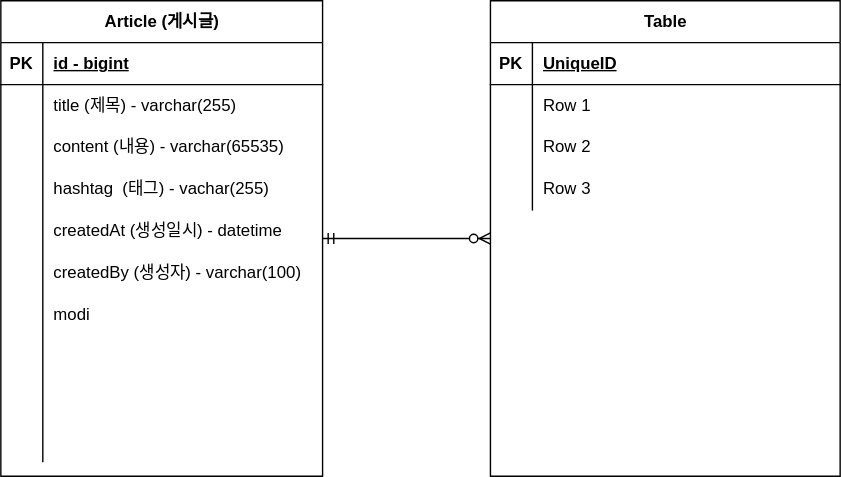
Earlier version of the draw.io export board-project.drawio.svg (JionisGenius/wanted-pre-onboarding-backend). Source tidied: cells renumbered, new cells last; positions are measured from the earlier drawing's top-left corner, leaving out a move shared by most shapes.
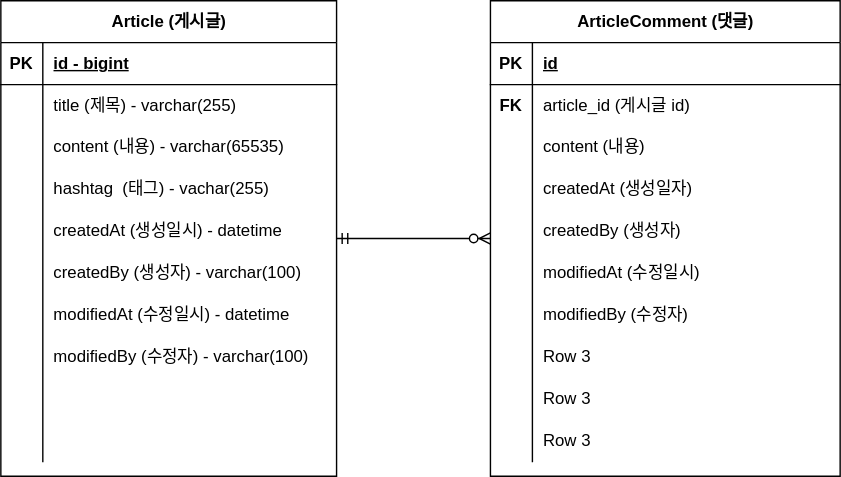
The same diagram one commit later.

Diff of the diagram source:
```diff
@@ -3,99 +3,99 @@
     <mxCell id="0" />
     <mxCell id="1" parent="0" />
     <mxCell id="2" value="Article (게시글)" style="shape=table;startSize=30;rowLines=0;fontStyle=1;align=center;html=1;" parent="1" vertex="1">
-      <mxGeometry width="230" height="340" as="geometry" />
+      <mxGeometry width="240" height="340" as="geometry" />
     </mxCell>
     <mxCell id="3" style="shape=tableRow;horizontal=0;startSize=0;swimlaneHead=0;swimlaneBody=0;fillColor=none;top=0;left=0;right=0;bottom=1;" parent="2" vertex="1">
-      <mxGeometry y="30" width="230" height="30" as="geometry" />
+      <mxGeometry y="30" width="240" height="30" as="geometry" />
     </mxCell>
     <mxCell id="4" value="PK" style="shape=partialRectangle;fillColor=none;top=0;left=0;bottom=0;right=0;fontStyle=1;overflow=hidden;whiteSpace=wrap;html=1;" parent="3" vertex="1">
       <mxGeometry width="30" height="30" as="geometry" />
     </mxCell>
     <mxCell id="5" value="id - bigint" style="shape=partialRectangle;fillColor=none;top=0;left=0;bottom=0;right=0;align=left;spacingLeft=6;fontStyle=5;overflow=hidden;whiteSpace=wrap;html=1;" parent="3" vertex="1">
-      <mxGeometry x="30" width="200" height="30" as="geometry" />
+      <mxGeometry x="30" width="210" height="30" as="geometry" />
     </mxCell>
     <mxCell id="6" style="shape=tableRow;horizontal=0;startSize=0;swimlaneHead=0;swimlaneBody=0;fillColor=none;top=0;left=0;right=0;bottom=0;" parent="2" vertex="1">
-      <mxGeometry y="60" width="230" height="30" as="geometry" />
+      <mxGeometry y="60" width="240" height="30" as="geometry" />
     </mxCell>
     <mxCell id="7" style="shape=partialRectangle;fillColor=none;top=0;left=0;bottom=0;right=0;overflow=hidden;whiteSpace=wrap;html=1;" parent="6" vertex="1">
       <mxGeometry width="30" height="30" as="geometry" />
     </mxCell>
     <mxCell id="8" value="title (제목) - varchar(255)" style="shape=partialRectangle;fillColor=none;top=0;left=0;bottom=0;right=0;align=left;spacingLeft=6;overflow=hidden;whiteSpace=wrap;html=1;" parent="6" vertex="1">
-      <mxGeometry x="30" width="200" height="30" as="geometry" />
+      <mxGeometry x="30" width="210" height="30" as="geometry" />
     </mxCell>
     <mxCell id="9" style="shape=tableRow;horizontal=0;startSize=0;swimlaneHead=0;swimlaneBody=0;fillColor=none;top=0;left=0;right=0;bottom=0;" parent="2" vertex="1">
-      <mxGeometry y="90" width="230" height="30" as="geometry" />
+      <mxGeometry y="90" width="240" height="30" as="geometry" />
     </mxCell>
     <mxCell id="10" style="shape=partialRectangle;fillColor=none;top=0;left=0;bottom=0;right=0;overflow=hidden;whiteSpace=wrap;html=1;" parent="9" vertex="1">
       <mxGeometry width="30" height="30" as="geometry" />
     </mxCell>
     <mxCell id="11" value="content (내용) - varchar(65535)" style="shape=partialRectangle;fillColor=none;top=0;left=0;bottom=0;right=0;align=left;spacingLeft=6;overflow=hidden;whiteSpace=wrap;html=1;" parent="9" vertex="1">
-      <mxGeometry x="30" width="200" height="30" as="geometry" />
+      <mxGeometry x="30" width="210" height="30" as="geometry" />
     </mxCell>
     <mxCell id="12" style="shape=tableRow;horizontal=0;startSize=0;swimlaneHead=0;swimlaneBody=0;fillColor=none;top=0;left=0;right=0;bottom=0;" parent="2" vertex="1">
-      <mxGeometry y="120" width="230" height="30" as="geometry" />
+      <mxGeometry y="120" width="240" height="30" as="geometry" />
     </mxCell>
     <mxCell id="13" style="shape=partialRectangle;fillColor=none;top=0;left=0;bottom=0;right=0;overflow=hidden;whiteSpace=wrap;html=1;" parent="12" vertex="1">
       <mxGeometry width="30" height="30" as="geometry" />
     </mxCell>
     <mxCell id="14" value="hashtag&amp;nbsp; (태그) - vachar(255)" style="shape=partialRectangle;fillColor=none;top=0;left=0;bottom=0;right=0;align=left;spacingLeft=6;overflow=hidden;whiteSpace=wrap;html=1;" parent="12" vertex="1">
-      <mxGeometry x="30" width="200" height="30" as="geometry" />
+      <mxGeometry x="30" width="210" height="30" as="geometry" />
     </mxCell>
     <mxCell id="15" style="shape=tableRow;horizontal=0;startSize=0;swimlaneHead=0;swimlaneBody=0;fillColor=none;top=0;left=0;right=0;bottom=0;" parent="2" vertex="1">
-      <mxGeometry y="150" width="230" height="30" as="geometry" />
+      <mxGeometry y="150" width="240" height="30" as="geometry" />
     </mxCell>
     <mxCell id="16" style="shape=partialRectangle;fillColor=none;top=0;left=0;bottom=0;right=0;overflow=hidden;whiteSpace=wrap;html=1;" parent="15" vertex="1">
       <mxGeometry width="30" height="30" as="geometry" />
     </mxCell>
     <mxCell id="17" value="createdAt (생성일시) - datetime" style="shape=partialRectangle;fillColor=none;top=0;left=0;bottom=0;right=0;align=left;spacingLeft=6;overflow=hidden;whiteSpace=wrap;html=1;" parent="15" vertex="1">
-      <mxGeometry x="30" width="200" height="30" as="geometry" />
+      <mxGeometry x="30" width="210" height="30" as="geometry" />
     </mxCell>
     <mxCell id="18" style="shape=tableRow;horizontal=0;startSize=0;swimlaneHead=0;swimlaneBody=0;fillColor=none;top=0;left=0;right=0;bottom=0;" parent="2" vertex="1">
-      <mxGeometry y="180" width="230" height="30" as="geometry" />
+      <mxGeometry y="180" width="240" height="30" as="geometry" />
     </mxCell>
     <mxCell id="19" style="shape=partialRectangle;fillColor=none;top=0;left=0;bottom=0;right=0;overflow=hidden;whiteSpace=wrap;html=1;" parent="18" vertex="1">
       <mxGeometry width="30" height="30" as="geometry" />
     </mxCell>
     <mxCell id="20" value="createdBy (생성자) - varchar(100)" style="shape=partialRectangle;fillColor=none;top=0;left=0;bottom=0;right=0;align=left;spacingLeft=6;overflow=hidden;whiteSpace=wrap;html=1;" parent="18" vertex="1">
-      <mxGeometry x="30" width="200" height="30" as="geometry" />
+      <mxGeometry x="30" width="210" height="30" as="geometry" />
     </mxCell>
     <mxCell id="21" style="shape=tableRow;horizontal=0;startSize=0;swimlaneHead=0;swimlaneBody=0;fillColor=none;top=0;left=0;right=0;bottom=0;" parent="2" vertex="1">
-      <mxGeometry y="210" width="230" height="30" as="geometry" />
+      <mxGeometry y="210" width="240" height="30" as="geometry" />
     </mxCell>
     <mxCell id="22" style="shape=partialRectangle;fillColor=none;top=0;left=0;bottom=0;right=0;overflow=hidden;whiteSpace=wrap;html=1;" parent="21" vertex="1">
       <mxGeometry width="30" height="30" as="geometry" />
     </mxCell>
-    <mxCell id="23" value="modi" style="shape=partialRectangle;fillColor=none;top=0;left=0;bottom=0;right=0;align=left;spacingLeft=6;overflow=hidden;whiteSpace=wrap;html=1;" parent="21" vertex="1">
-      <mxGeometry x="30" width="200" height="30" as="geometry" />
+    <mxCell id="23" value="modifiedAt (수정일시) - datetime" style="shape=partialRectangle;fillColor=none;top=0;left=0;bottom=0;right=0;align=left;spacingLeft=6;overflow=hidden;whiteSpace=wrap;html=1;" parent="21" vertex="1">
+      <mxGeometry x="30" width="210" height="30" as="geometry" />
     </mxCell>
     <mxCell id="24" style="shape=tableRow;horizontal=0;startSize=0;swimlaneHead=0;swimlaneBody=0;fillColor=none;top=0;left=0;right=0;bottom=0;" parent="2" vertex="1">
-      <mxGeometry y="240" width="230" height="30" as="geometry" />
+      <mxGeometry y="240" width="240" height="30" as="geometry" />
     </mxCell>
     <mxCell id="25" style="shape=partialRectangle;fillColor=none;top=0;left=0;bottom=0;right=0;overflow=hidden;whiteSpace=wrap;html=1;" parent="24" vertex="1">
       <mxGeometry width="30" height="30" as="geometry" />
     </mxCell>
-    <mxCell id="26" style="shape=partialRectangle;fillColor=none;top=0;left=0;bottom=0;right=0;align=left;spacingLeft=6;overflow=hidden;whiteSpace=wrap;html=1;" parent="24" vertex="1">
-      <mxGeometry x="30" width="200" height="30" as="geometry" />
+    <mxCell id="26" value="modifiedBy (수정자) - varchar(100)" style="shape=partialRectangle;fillColor=none;top=0;left=0;bottom=0;right=0;align=left;spacingLeft=6;overflow=hidden;whiteSpace=wrap;html=1;" parent="24" vertex="1">
+      <mxGeometry x="30" width="210" height="30" as="geometry" />
     </mxCell>
     <mxCell id="27" style="shape=tableRow;horizontal=0;startSize=0;swimlaneHead=0;swimlaneBody=0;fillColor=none;top=0;left=0;right=0;bottom=0;" parent="2" vertex="1">
-      <mxGeometry y="270" width="230" height="30" as="geometry" />
+      <mxGeometry y="270" width="240" height="30" as="geometry" />
     </mxCell>
     <mxCell id="28" style="shape=partialRectangle;fillColor=none;top=0;left=0;bottom=0;right=0;overflow=hidden;whiteSpace=wrap;html=1;" parent="27" vertex="1">
       <mxGeometry width="30" height="30" as="geometry" />
     </mxCell>
     <mxCell id="29" style="shape=partialRectangle;fillColor=none;top=0;left=0;bottom=0;right=0;align=left;spacingLeft=6;overflow=hidden;whiteSpace=wrap;html=1;" parent="27" vertex="1">
-      <mxGeometry x="30" width="200" height="30" as="geometry" />
+      <mxGeometry x="30" width="210" height="30" as="geometry" />
     </mxCell>
     <mxCell id="30" style="shape=tableRow;horizontal=0;startSize=0;swimlaneHead=0;swimlaneBody=0;fillColor=none;top=0;left=0;right=0;bottom=0;" parent="2" vertex="1">
-      <mxGeometry y="300" width="230" height="30" as="geometry" />
+      <mxGeometry y="300" width="240" height="30" as="geometry" />
     </mxCell>
     <mxCell id="31" style="shape=partialRectangle;fillColor=none;top=0;left=0;bottom=0;right=0;overflow=hidden;whiteSpace=wrap;html=1;" parent="30" vertex="1">
       <mxGeometry width="30" height="30" as="geometry" />
     </mxCell>
     <mxCell id="32" style="shape=partialRectangle;fillColor=none;top=0;left=0;bottom=0;right=0;align=left;spacingLeft=6;overflow=hidden;whiteSpace=wrap;html=1;" parent="30" vertex="1">
-      <mxGeometry x="30" width="200" height="30" as="geometry" />
+      <mxGeometry x="30" width="210" height="30" as="geometry" />
     </mxCell>
-    <mxCell id="33" value="Table" style="shape=table;startSize=30;rowLines=0;fontStyle=1;align=center;html=1;" parent="1" vertex="1">
+    <mxCell id="33" value="ArticleComment (댓글)" style="shape=table;startSize=30;rowLines=0;fontStyle=1;align=center;html=1;" parent="1" vertex="1">
       <mxGeometry x="350" width="250" height="340" as="geometry" />
     </mxCell>
     <mxCell id="34" style="shape=tableRow;horizontal=0;startSize=0;swimlaneHead=0;swimlaneBody=0;fillColor=none;top=0;left=0;right=0;bottom=1;" parent="33" vertex="1">
@@ -104,16 +104,16 @@
     <mxCell id="35" value="PK" style="shape=partialRectangle;fillColor=none;top=0;left=0;bottom=0;right=0;fontStyle=1;overflow=hidden;whiteSpace=wrap;html=1;" parent="34" vertex="1">
       <mxGeometry width="30" height="30" as="geometry" />
     </mxCell>
-    <mxCell id="36" value="UniqueID" style="shape=partialRectangle;fillColor=none;top=0;left=0;bottom=0;right=0;align=left;spacingLeft=6;fontStyle=5;overflow=hidden;whiteSpace=wrap;html=1;" parent="34" vertex="1">
+    <mxCell id="36" value="id" style="shape=partialRectangle;fillColor=none;top=0;left=0;bottom=0;right=0;align=left;spacingLeft=6;fontStyle=5;overflow=hidden;whiteSpace=wrap;html=1;" parent="34" vertex="1">
       <mxGeometry x="30" width="220" height="30" as="geometry" />
     </mxCell>
     <mxCell id="37" style="shape=tableRow;horizontal=0;startSize=0;swimlaneHead=0;swimlaneBody=0;fillColor=none;top=0;left=0;right=0;bottom=0;" parent="33" vertex="1">
       <mxGeometry y="60" width="250" height="30" as="geometry" />
     </mxCell>
-    <mxCell id="38" style="shape=partialRectangle;fillColor=none;top=0;left=0;bottom=0;right=0;overflow=hidden;whiteSpace=wrap;html=1;" parent="37" vertex="1">
+    <mxCell id="38" value="&lt;b&gt;FK&lt;br&gt;&lt;/b&gt;" style="shape=partialRectangle;fillColor=none;top=0;left=0;bottom=0;right=0;overflow=hidden;whiteSpace=wrap;html=1;" parent="37" vertex="1">
       <mxGeometry width="30" height="30" as="geometry" />
     </mxCell>
-    <mxCell id="39" value="Row 1" style="shape=partialRectangle;fillColor=none;top=0;left=0;bottom=0;right=0;align=left;spacingLeft=6;overflow=hidden;whiteSpace=wrap;html=1;" parent="37" vertex="1">
+    <mxCell id="39" value="article_id (게시글 id)" style="shape=partialRectangle;fillColor=none;top=0;left=0;bottom=0;right=0;align=left;spacingLeft=6;overflow=hidden;whiteSpace=wrap;html=1;" parent="37" vertex="1">
       <mxGeometry x="30" width="220" height="30" as="geometry" />
     </mxCell>
     <mxCell id="40" style="shape=tableRow;horizontal=0;startSize=0;swimlaneHead=0;swimlaneBody=0;fillColor=none;top=0;left=0;right=0;bottom=0;" parent="33" vertex="1">
@@ -122,7 +122,7 @@
     <mxCell id="41" style="shape=partialRectangle;fillColor=none;top=0;left=0;bottom=0;right=0;overflow=hidden;whiteSpace=wrap;html=1;" parent="40" vertex="1">
       <mxGeometry width="30" height="30" as="geometry" />
     </mxCell>
-    <mxCell id="42" value="Row 2" style="shape=partialRectangle;fillColor=none;top=0;left=0;bottom=0;right=0;align=left;spacingLeft=6;overflow=hidden;whiteSpace=wrap;html=1;" parent="40" vertex="1">
+    <mxCell id="42" value="content (내용)" style="shape=partialRectangle;fillColor=none;top=0;left=0;bottom=0;right=0;align=left;spacingLeft=6;overflow=hidden;whiteSpace=wrap;html=1;" parent="40" vertex="1">
       <mxGeometry x="30" width="220" height="30" as="geometry" />
     </mxCell>
     <mxCell id="43" style="shape=tableRow;horizontal=0;startSize=0;swimlaneHead=0;swimlaneBody=0;fillColor=none;top=0;left=0;right=0;bottom=0;" parent="33" vertex="1">
@@ -131,9 +131,63 @@
     <mxCell id="44" style="shape=partialRectangle;fillColor=none;top=0;left=0;bottom=0;right=0;overflow=hidden;whiteSpace=wrap;html=1;" parent="43" vertex="1">
       <mxGeometry width="30" height="30" as="geometry" />
     </mxCell>
-    <mxCell id="45" value="Row 3" style="shape=partialRectangle;fillColor=none;top=0;left=0;bottom=0;right=0;align=left;spacingLeft=6;overflow=hidden;whiteSpace=wrap;html=1;" parent="43" vertex="1">
+    <mxCell id="45" value="createdAt (생성일자)" style="shape=partialRectangle;fillColor=none;top=0;left=0;bottom=0;right=0;align=left;spacingLeft=6;overflow=hidden;whiteSpace=wrap;html=1;" parent="43" vertex="1">
       <mxGeometry x="30" width="220" height="30" as="geometry" />
     </mxCell>
+    <mxCell id="47" style="shape=tableRow;horizontal=0;startSize=0;swimlaneHead=0;swimlaneBody=0;fillColor=none;top=0;left=0;right=0;bottom=0;" parent="33" vertex="1">
+      <mxGeometry y="150" width="250" height="30" as="geometry" />
+    </mxCell>
+    <mxCell id="48" style="shape=partialRectangle;fillColor=none;top=0;left=0;bottom=0;right=0;overflow=hidden;whiteSpace=wrap;html=1;" parent="47" vertex="1">
+      <mxGeometry width="30" height="30" as="geometry" />
+    </mxCell>
+    <mxCell id="49" value="createdBy (생성자)" style="shape=partialRectangle;fillColor=none;top=0;left=0;bottom=0;right=0;align=left;spacingLeft=6;overflow=hidden;whiteSpace=wrap;html=1;" parent="47" vertex="1">
+      <mxGeometry x="30" width="220" height="30" as="geometry" />
+    </mxCell>
+    <mxCell id="50" style="shape=tableRow;horizontal=0;startSize=0;swimlaneHead=0;swimlaneBody=0;fillColor=none;top=0;left=0;right=0;bottom=0;" parent="33" vertex="1">
+      <mxGeometry y="180" width="250" height="30" as="geometry" />
+    </mxCell>
+    <mxCell id="51" style="shape=partialRectangle;fillColor=none;top=0;left=0;bottom=0;right=0;overflow=hidden;whiteSpace=wrap;html=1;" parent="50" vertex="1">
+      <mxGeometry width="30" height="30" as="geometry" />
+    </mxCell>
+    <mxCell id="52" value="modifiedAt (수정일시)" style="shape=partialRectangle;fillColor=none;top=0;left=0;bottom=0;right=0;align=left;spacingLeft=6;overflow=hidden;whiteSpace=wrap;html=1;" parent="50" vertex="1">
+      <mxGeometry x="30" width="220" height="30" as="geometry" />
+    </mxCell>
+    <mxCell id="53" style="shape=tableRow;horizontal=0;startSize=0;swimlaneHead=0;swimlaneBody=0;fillColor=none;top=0;left=0;right=0;bottom=0;" parent="33" vertex="1">
+      <mxGeometry y="210" width="250" height="30" as="geometry" />
+    </mxCell>
+    <mxCell id="54" style="shape=partialRectangle;fillColor=none;top=0;left=0;bottom=0;right=0;overflow=hidden;whiteSpace=wrap;html=1;" parent="53" vertex="1">
+      <mxGeometry width="30" height="30" as="geometry" />
+    </mxCell>
+    <mxCell id="55" value="modifiedBy (수정자)" style="shape=partialRectangle;fillColor=none;top=0;left=0;bottom=0;right=0;align=left;spacingLeft=6;overflow=hidden;whiteSpace=wrap;html=1;" parent="53" vertex="1">
+      <mxGeometry x="30" width="220" height="30" as="geometry" />
+    </mxCell>
+    <mxCell id="56" style="shape=tableRow;horizontal=0;startSize=0;swimlaneHead=0;swimlaneBody=0;fillColor=none;top=0;left=0;right=0;bottom=0;" parent="33" vertex="1">
+      <mxGeometry y="240" width="250" height="30" as="geometry" />
+    </mxCell>
+    <mxCell id="57" style="shape=partialRectangle;fillColor=none;top=0;left=0;bottom=0;right=0;overflow=hidden;whiteSpace=wrap;html=1;" parent="56" vertex="1">
+      <mxGeometry width="30" height="30" as="geometry" />
+    </mxCell>
+    <mxCell id="58" value="Row 3" style="shape=partialRectangle;fillColor=none;top=0;left=0;bottom=0;right=0;align=left;spacingLeft=6;overflow=hidden;whiteSpace=wrap;html=1;" parent="56" vertex="1">
+      <mxGeometry x="30" width="220" height="30" as="geometry" />
+    </mxCell>
+    <mxCell id="59" style="shape=tableRow;horizontal=0;startSize=0;swimlaneHead=0;swimlaneBody=0;fillColor=none;top=0;left=0;right=0;bottom=0;" parent="33" vertex="1">
+      <mxGeometry y="270" width="250" height="30" as="geometry" />
+    </mxCell>
+    <mxCell id="60" style="shape=partialRectangle;fillColor=none;top=0;left=0;bottom=0;right=0;overflow=hidden;whiteSpace=wrap;html=1;" parent="59" vertex="1">
+      <mxGeometry width="30" height="30" as="geometry" />
+    </mxCell>
+    <mxCell id="61" value="Row 3" style="shape=partialRectangle;fillColor=none;top=0;left=0;bottom=0;right=0;align=left;spacingLeft=6;overflow=hidden;whiteSpace=wrap;html=1;" parent="59" vertex="1">
+      <mxGeometry x="30" width="220" height="30" as="geometry" />
+    </mxCell>
+    <mxCell id="62" style="shape=tableRow;horizontal=0;startSize=0;swimlaneHead=0;swimlaneBody=0;fillColor=none;top=0;left=0;right=0;bottom=0;" parent="33" vertex="1">
+      <mxGeometry y="300" width="250" height="30" as="geometry" />
+    </mxCell>
+    <mxCell id="63" style="shape=partialRectangle;fillColor=none;top=0;left=0;bottom=0;right=0;overflow=hidden;whiteSpace=wrap;html=1;" parent="62" vertex="1">
+      <mxGeometry width="30" height="30" as="geometry" />
+    </mxCell>
+    <mxCell id="64" value="Row 3" style="shape=partialRectangle;fillColor=none;top=0;left=0;bottom=0;right=0;align=left;spacingLeft=6;overflow=hidden;whiteSpace=wrap;html=1;" parent="62" vertex="1">
+      <mxGeometry x="30" width="220" height="30" as="geometry" />
+    </mxCell>
     <mxCell id="46" style="edgeStyle=entityRelationEdgeStyle;fontSize=12;html=1;endArrow=ERzeroToMany;startArrow=ERmandOne;rounded=0;exitX=1;exitY=0.5;exitDx=0;exitDy=0;entryX=0;entryY=0.5;entryDx=0;entryDy=0;" parent="1" edge="1" source="2" target="33">
       <mxGeometry relative="1" as="geometry" />
     </mxCell>
```
